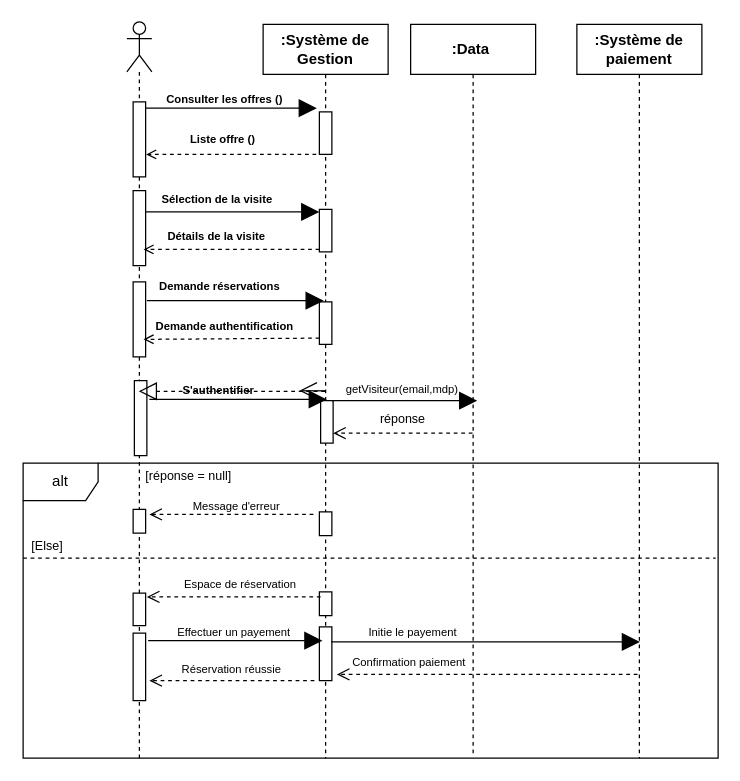
Before: Diagramme sans nom.drawio in louis-fresnel99/TpGasaL1, a draw.io diagram. Source tidied: cells renumbered, new cells numbered last; positions are measured from the earlier drawing's top-left corner, leaving out a move shared by most shapes. Both pictures are drawn from the tidied source at 125%, with x=0, y=0 at pixel (21, 21).
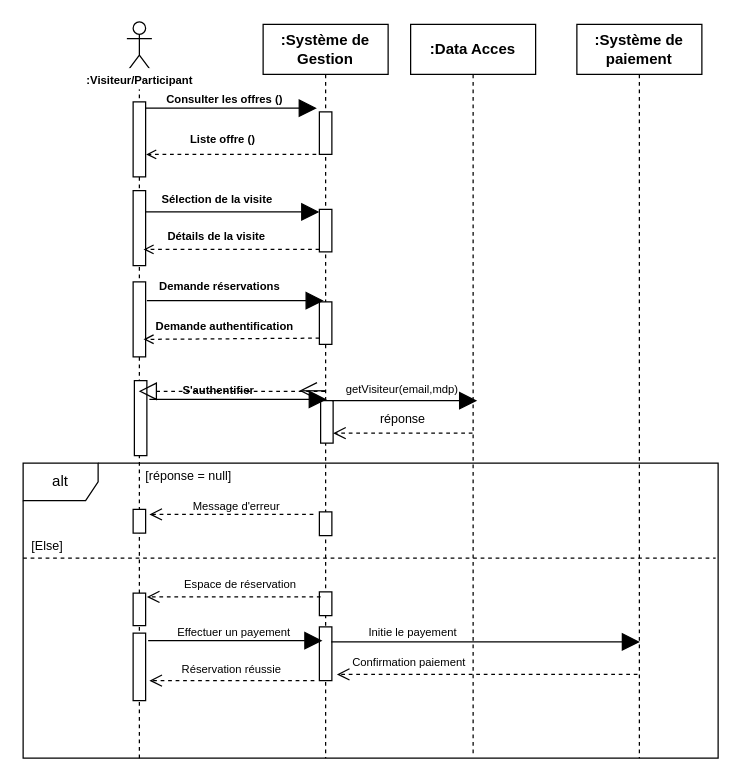
The same diagram, later.

Commit message:
Mettre à jour Diagramme sans nom.drawio

Diff of the diagram source:
```diff
@@
-    <mxCell id="18" value="&lt;b&gt;:Data&amp;nbsp;&lt;/b&gt;" style="shape=umlLifeline;perimeter=lifelinePerimeter;whiteSpace=wrap;html=1;outlineConnect=0;portConstraint=eastwest;newEdgeStyle={&quot;curved&quot;:0,&quot;rounded&quot;:0};fillColor=light-dark(#FFFFFF,#FFFFFF);fontColor=light-dark(#000000,#000000);strokeColor=light-dark(#000000,#000000);" parent="1" vertex="1">
+    <mxCell id="18" value="&lt;b&gt;:Data Acces&lt;/b&gt;" style="shape=umlLifeline;perimeter=lifelinePerimeter;whiteSpace=wrap;html=1;outlineConnect=0;portConstraint=eastwest;newEdgeStyle={&quot;curved&quot;:0,&quot;rounded&quot;:0};fillColor=light-dark(#FFFFFF,#FFFFFF);fontColor=light-dark(#000000,#000000);strokeColor=light-dark(#000000,#000000);" parent="1" vertex="1">
       <mxGeometry x="311" y="2" width="100" height="586" as="geometry" />
     </mxCell>
@@
+    <mxCell id="57" value="&lt;font style=&quot;font-size: 9px;&quot;&gt;&lt;b&gt;:Visiteur/Participant&lt;/b&gt;&lt;/font&gt;" style="text;html=1;align=center;verticalAlign=middle;whiteSpace=wrap;rounded=0;fillColor=#FFFFFF;" parent="1" vertex="1">
+      <mxGeometry x="64" y="37" width="61" height="17" as="geometry" />
+    </mxCell>
```
